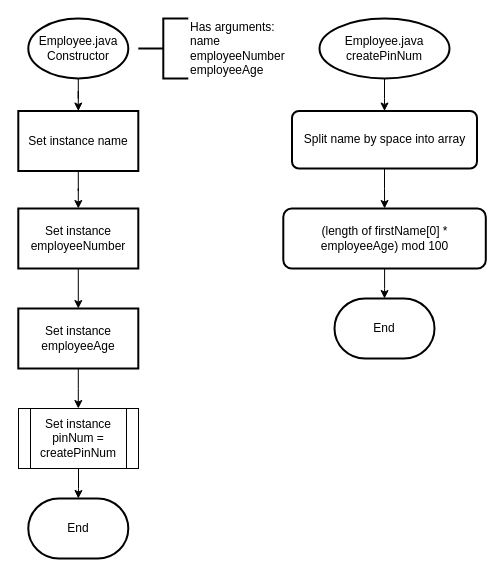
Above: report/flowcharts/task-2/designs/employee-coursework-1.drawio in Sherman5A/usw-pop-coursework-1-task-2 (draw.io), before the change. Source tidied: cells renumbered, new cells numbered last; positions are measured from the earlier drawing's top-left corner, leaving out a move shared by most shapes. Both pictures are drawn from the tidied source at 100%, with x=0, y=0 at pixel (18, 18).
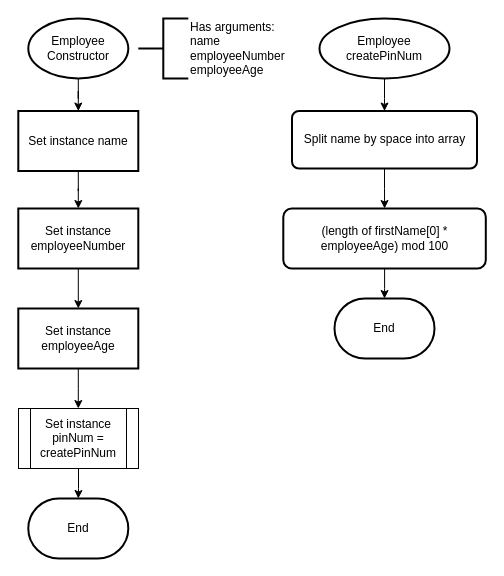
After the change.

Commit message (it also covers changes not shown here):
Complete task 1 flowcharts

The edit, as a diff of the source:
```diff
@@
-    <mxCell id="3" value="Employee.java&lt;br&gt;Constructor" style="strokeWidth=2;html=1;shape=mxgraph.flowchart.start_1;whiteSpace=wrap;" parent="1" vertex="1">
+    <mxCell id="3" value="Employee&lt;br&gt;Constructor" style="strokeWidth=2;html=1;shape=mxgraph.flowchart.start_1;whiteSpace=wrap;" parent="1" vertex="1">
       <mxGeometry x="9.8" width="100" height="60" as="geometry" />
     </mxCell>
@@
-    <mxCell id="9" value="Employee.java&lt;br&gt;createPinNum" style="strokeWidth=2;html=1;shape=mxgraph.flowchart.start_1;whiteSpace=wrap;" parent="1" vertex="1">
+    <mxCell id="9" value="Employee&lt;br&gt;createPinNum" style="strokeWidth=2;html=1;shape=mxgraph.flowchart.start_1;whiteSpace=wrap;" parent="1" vertex="1">
       <mxGeometry x="301" width="130" height="60" as="geometry" />
     </mxCell>
```
